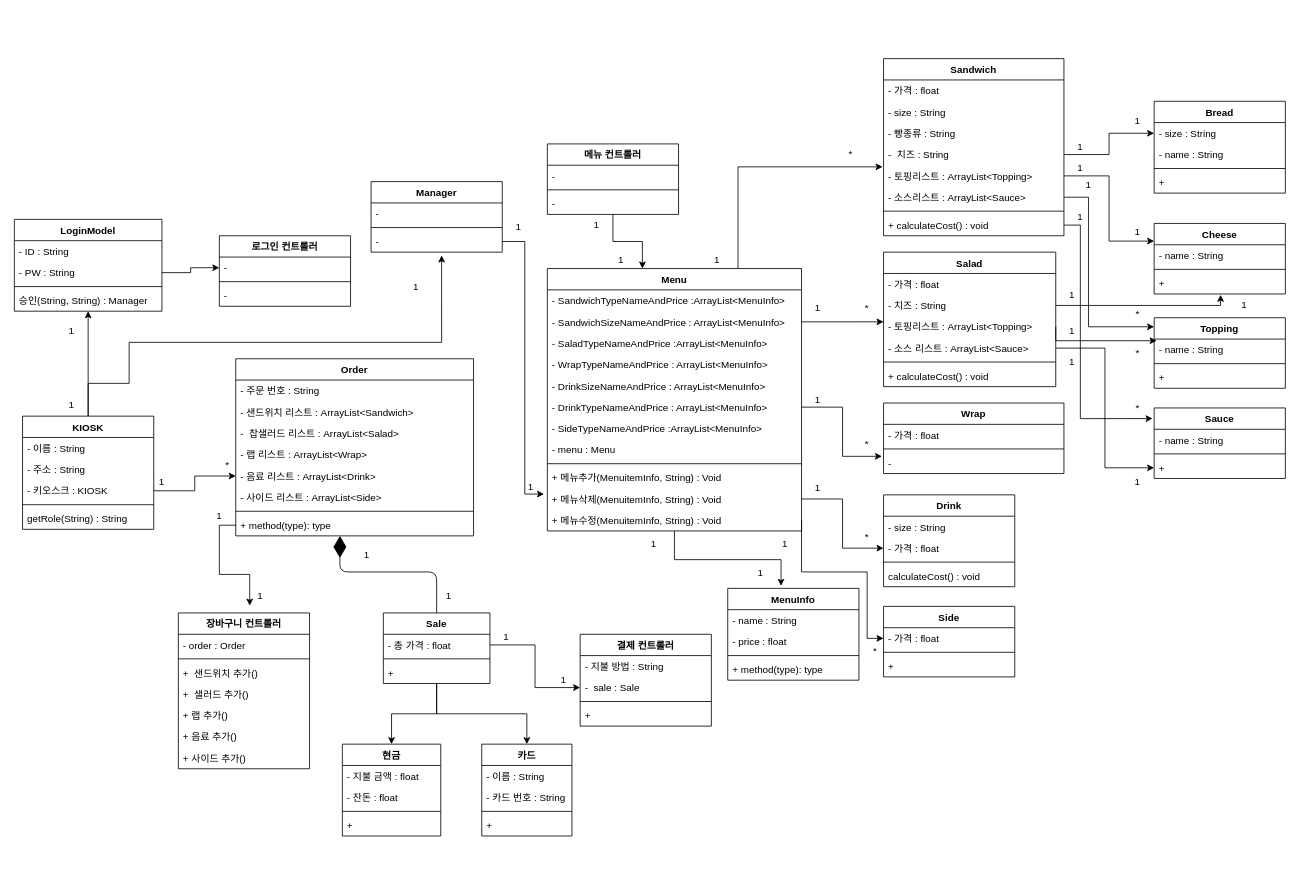
This is 상세명세서/Structural Model/Class Diagram.drawio from distroytest/KNUSD-20202-Team05, a draw.io file, before an edit. Source tidied: cells renumbered, new cells numbered last; positions are measured from the earlier drawing's top-left corner, leaving out a move shared by most shapes. Both pictures are drawn from the tidied source at 82%, with x=0, y=0 at pixel (14, 58).
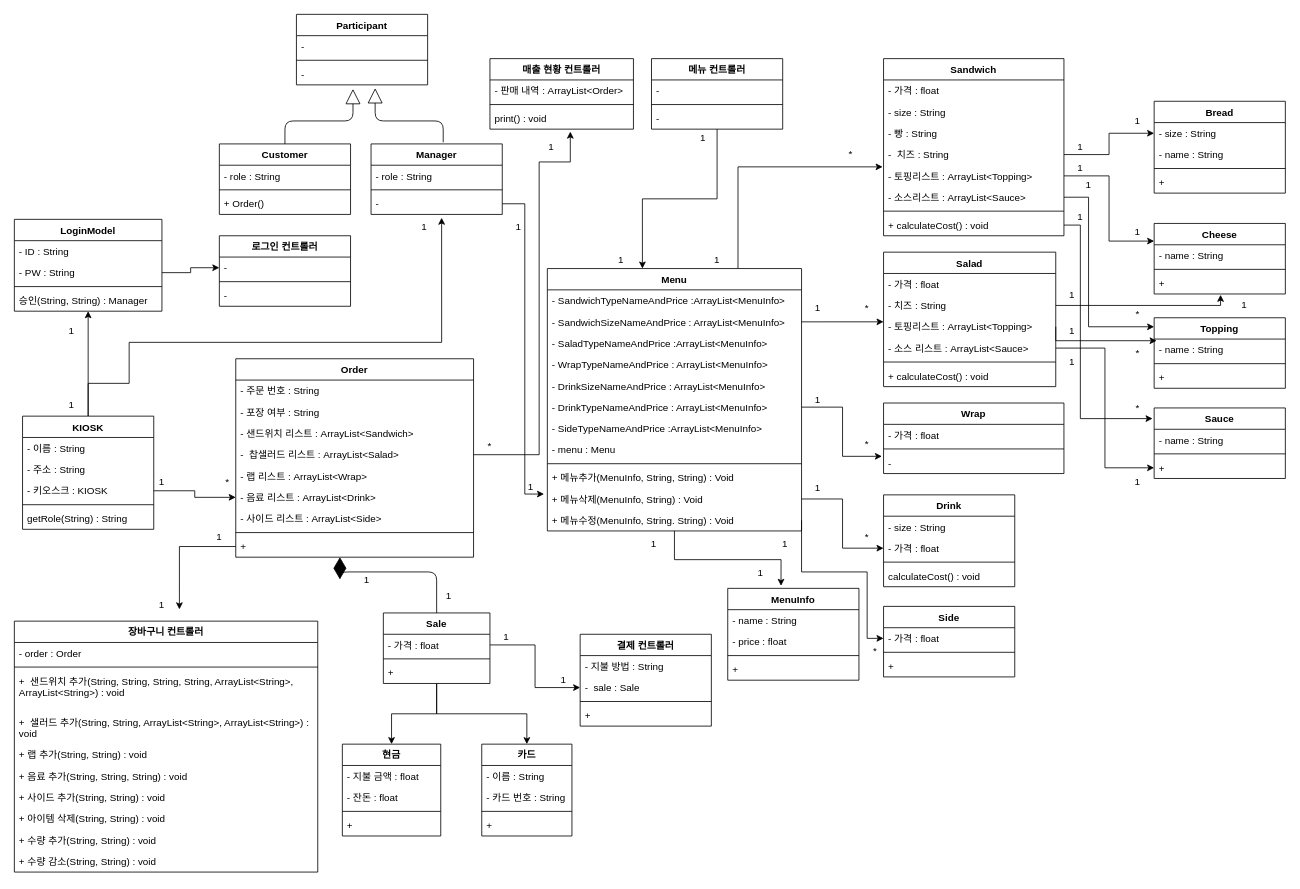
After the change.

Unchanged cells that the change refers to:
```xml
<mxCell id="33" value="Menu" style="swimlane;fontStyle=1;align=center;verticalAlign=top;horizontal=1;startSize=26;" parent="1" vertex="1">
  <mxGeometry x="650" y="256" width="310" height="320" as="geometry" />
</mxCell>
<mxCell id="48" value="Sale" style="swimlane;fontStyle=1;align=center;verticalAlign=top;horizontal=1;startSize=26;" parent="1" vertex="1">
  <mxGeometry x="450" y="676" width="130" height="86" as="geometry" />
</mxCell>
<mxCell id="95" value="Sandwich" style="swimlane;fontStyle=1;align=center;verticalAlign=top;horizontal=1;startSize=26;" parent="1" vertex="1">
  <mxGeometry x="1060" width="220" height="216" as="geometry" />
</mxCell>
<mxCell id="127" value="MenuInfo" style="swimlane;fontStyle=1;align=center;verticalAlign=top;horizontal=1;startSize=26;" parent="1" vertex="1">
  <mxGeometry x="870" y="646" width="160" height="112" as="geometry" />
</mxCell>
```

What changed in the source:
```diff
@@
     <mxCell id="10" value="Order" style="swimlane;fontStyle=1;align=center;verticalAlign=top;horizontal=1;startSize=26;" parent="1" vertex="1">
-      <mxGeometry x="270" y="366" width="290" height="216" as="geometry" />
+      <mxGeometry x="270" y="366" width="290" height="242" as="geometry" />
     </mxCell>
@@
+    <mxCell id="190" value="- 포장 여부 : String" style="text;strokeColor=none;fillColor=none;align=left;verticalAlign=top;spacingLeft=4;spacingRight=4;overflow=hidden;" parent="10" vertex="1">
+      <mxGeometry y="52" width="290" height="26" as="geometry" />
+    </mxCell>
     <mxCell id="12" value="- 샌드위치 리스트 : ArrayList&lt;Sandwich&gt;" style="text;strokeColor=none;fillColor=none;align=left;verticalAlign=top;spacingLeft=4;spacingRight=4;overflow=hidden;" parent="10" vertex="1">
-      <mxGeometry y="52" width="290" height="26" as="geometry" />
+      <mxGeometry y="78" width="290" height="26" as="geometry" />
     </mxCell>
     <mxCell id="13" value="-  찹샐러드 리스트 : ArrayList&lt;Salad&gt;" style="text;strokeColor=none;fillColor=none;align=left;verticalAlign=top;spacingLeft=4;spacingRight=4;overflow=hidden;points=[[0,0.5],[1,0.5]];portConstraint=eastwest;" parent="10" vertex="1">
-      <mxGeometry y="78" width="290" height="26" as="geometry" />
+      <mxGeometry y="104" width="290" height="26" as="geometry" />
     </mxCell>
     <mxCell id="14" value="- 랩 리스트 : ArrayList&lt;Wrap&gt;" style="text;strokeColor=none;fillColor=none;align=left;verticalAlign=top;spacingLeft=4;spacingRight=4;overflow=hidden;" parent="10" vertex="1">
-      <mxGeometry y="104" width="290" height="26" as="geometry" />
+      <mxGeometry y="130" width="290" height="26" as="geometry" />
     </mxCell>
     <mxCell id="15" value="- 음료 리스트 : ArrayList&lt;Drink&gt;" style="text;strokeColor=none;fillColor=none;align=left;verticalAlign=top;spacingLeft=4;spacingRight=4;overflow=hidden;points=[[0,0.5],[1,0.5]];portConstraint=eastwest;" parent="10" vertex="1">
-      <mxGeometry y="130" width="290" height="26" as="geometry" />
+      <mxGeometry y="156" width="290" height="26" as="geometry" />
     </mxCell>
     <mxCell id="16" value="- 사이드 리스트 : ArrayList&lt;Side&gt;" style="text;strokeColor=none;fillColor=none;align=left;verticalAlign=top;spacingLeft=4;spacingRight=4;overflow=hidden;" parent="10" vertex="1">
-      <mxGeometry y="156" width="290" height="26" as="geometry" />
+      <mxGeometry y="182" width="290" height="26" as="geometry" />
     </mxCell>
     <mxCell id="17" style="line;strokeWidth=1;fillColor=none;align=left;verticalAlign=middle;spacingTop=-1;spacingLeft=3;spacingRight=3;labelPosition=right;" parent="10" vertex="1">
-      <mxGeometry y="182" width="290" height="8" as="geometry" />
+      <mxGeometry y="208" width="290" height="8" as="geometry" />
     </mxCell>
-    <mxCell id="18" value="+ method(type): type" style="text;strokeColor=none;fillColor=none;align=left;verticalAlign=top;spacingLeft=4;spacingRight=4;overflow=hidden;points=[[0,0.5],[1,0.5]];portConstraint=eastwest;" parent="10" vertex="1">
-      <mxGeometry y="190" width="290" height="26" as="geometry" />
+    <mxCell id="18" value="+ " style="text;strokeColor=none;fillColor=none;align=left;verticalAlign=top;spacingLeft=4;spacingRight=4;overflow=hidden;points=[[0,0.5],[1,0.5]];portConstraint=eastwest;" parent="10" vertex="1">
+      <mxGeometry y="216" width="290" height="26" as="geometry" />
     </mxCell>
     <mxCell id="19" value="장바구니 컨트롤러" style="swimlane;fontStyle=1;align=center;verticalAlign=top;horizontal=1;startSize=26;" parent="1" vertex="1">
-      <mxGeometry x="200" y="676" width="160" height="190" as="geometry" />
+      <mxGeometry y="686" width="370" height="306" as="geometry" />
     </mxCell>
     <mxCell id="20" value="- order : Order" style="text;strokeColor=none;fillColor=none;align=left;verticalAlign=top;spacingLeft=4;spacingRight=4;overflow=hidden;" parent="19" vertex="1">
-      <mxGeometry y="26" width="160" height="26" as="geometry" />
+      <mxGeometry y="26" width="370" height="26" as="geometry" />
     </mxCell>
     <mxCell id="21" style="line;strokeWidth=1;fillColor=none;align=left;verticalAlign=middle;spacingTop=-1;spacingLeft=3;spacingRight=3;labelPosition=right;" parent="19" vertex="1">
-      <mxGeometry y="52" width="160" height="8" as="geometry" />
+      <mxGeometry y="52" width="370" height="8" as="geometry" />
     </mxCell>
-    <mxCell id="22" value="+  샌드위치 추가()" style="text;strokeColor=none;fillColor=none;align=left;verticalAlign=top;spacingLeft=4;spacingRight=4;overflow=hidden;" parent="19" vertex="1">
-      <mxGeometry y="60" width="160" height="26" as="geometry" />
+    <mxCell id="22" value="+  샌드위치 추가(String, String, String, String, ArrayList&lt;String&gt;,&#10;ArrayList&lt;String&gt;) : void" style="text;strokeColor=none;fillColor=none;align=left;verticalAlign=top;spacingLeft=4;spacingRight=4;overflow=hidden;" parent="19" vertex="1">
+      <mxGeometry y="60" width="370" height="50" as="geometry" />
     </mxCell>
-    <mxCell id="23" value="+  샐러드 추가()" style="text;strokeColor=none;fillColor=none;align=left;verticalAlign=top;spacingLeft=4;spacingRight=4;overflow=hidden;" parent="19" vertex="1">
-      <mxGeometry y="86" width="160" height="26" as="geometry" />
+    <mxCell id="23" value="+  샐러드 추가(String, String, ArrayList&lt;String&gt;, ArrayList&lt;String&gt;) :&#10;void" style="text;strokeColor=none;fillColor=none;align=left;verticalAlign=top;spacingLeft=4;spacingRight=4;overflow=hidden;" parent="19" vertex="1">
+      <mxGeometry y="110" width="370" height="40" as="geometry" />
     </mxCell>
-    <mxCell id="24" value="+ 랩 추가()" style="text;strokeColor=none;fillColor=none;align=left;verticalAlign=top;spacingLeft=4;spacingRight=4;overflow=hidden;" parent="19" vertex="1">
-      <mxGeometry y="112" width="160" height="26" as="geometry" />
+    <mxCell id="24" value="+ 랩 추가(String, String) : void" style="text;strokeColor=none;fillColor=none;align=left;verticalAlign=top;spacingLeft=4;spacingRight=4;overflow=hidden;" parent="19" vertex="1">
+      <mxGeometry y="150" width="370" height="26" as="geometry" />
     </mxCell>
-    <mxCell id="25" value="+ 음료 추가()" style="text;strokeColor=none;fillColor=none;align=left;verticalAlign=top;spacingLeft=4;spacingRight=4;overflow=hidden;" parent="19" vertex="1">
-      <mxGeometry y="138" width="160" height="26" as="geometry" />
+    <mxCell id="25" value="+ 음료 추가(String, String, String) : void" style="text;strokeColor=none;fillColor=none;align=left;verticalAlign=top;spacingLeft=4;spacingRight=4;overflow=hidden;" parent="19" vertex="1">
+      <mxGeometry y="176" width="370" height="26" as="geometry" />
     </mxCell>
-    <mxCell id="26" value="+ 사이드 추가()" style="text;strokeColor=none;fillColor=none;align=left;verticalAlign=top;spacingLeft=4;spacingRight=4;overflow=hidden;" parent="19" vertex="1">
-      <mxGeometry y="164" width="160" height="26" as="geometry" />
+    <mxCell id="26" value="+ 사이드 추가(String, String) : void" style="text;strokeColor=none;fillColor=none;align=left;verticalAlign=top;spacingLeft=4;spacingRight=4;overflow=hidden;" parent="19" vertex="1">
+      <mxGeometry y="202" width="370" height="26" as="geometry" />
     </mxCell>
+    <mxCell id="191" value="+ 아이템 삭제(String, String) : void" style="text;strokeColor=none;fillColor=none;align=left;verticalAlign=top;spacingLeft=4;spacingRight=4;overflow=hidden;" parent="19" vertex="1">
+      <mxGeometry y="228" width="370" height="26" as="geometry" />
+    </mxCell>
+    <mxCell id="192" value="+ 수량 추가(String, String) : void" style="text;strokeColor=none;fillColor=none;align=left;verticalAlign=top;spacingLeft=4;spacingRight=4;overflow=hidden;" parent="19" vertex="1">
+      <mxGeometry y="254" width="370" height="26" as="geometry" />
+    </mxCell>
+    <mxCell id="193" value="+ 수량 감소(String, String) : void" style="text;strokeColor=none;fillColor=none;align=left;verticalAlign=top;spacingLeft=4;spacingRight=4;overflow=hidden;" parent="19" vertex="1">
+      <mxGeometry y="280" width="370" height="26" as="geometry" />
+    </mxCell>
@@
     <mxCell id="29" value="*" style="text;html=1;strokeColor=none;fillColor=none;align=center;verticalAlign=middle;whiteSpace=wrap;rounded=0;" parent="1" vertex="1">
-      <mxGeometry x="240" y="486" width="40" height="20" as="geometry" />
+      <mxGeometry x="240" y="506" width="40" height="20" as="geometry" />
     </mxCell>
@@
-    <mxCell id="43" value="+ 메뉴추가(MenuitemInfo, String) : Void" style="text;strokeColor=none;fillColor=none;align=left;verticalAlign=top;spacingLeft=4;spacingRight=4;overflow=hidden;" parent="33" vertex="1">
+    <mxCell id="43" value="+ 메뉴추가(MenuInfo, String, String) : Void" style="text;strokeColor=none;fillColor=none;align=left;verticalAlign=top;spacingLeft=4;spacingRight=4;overflow=hidden;" parent="33" vertex="1">
       <mxGeometry y="242" width="310" height="26" as="geometry" />
     </mxCell>
-    <mxCell id="44" value="+ 메뉴삭제(MenuitemInfo, String) : Void" style="text;strokeColor=none;fillColor=none;align=left;verticalAlign=top;spacingLeft=4;spacingRight=4;overflow=hidden;points=[[0,0.5],[1,0.5]];portConstraint=eastwest;" parent="33" vertex="1">
+    <mxCell id="44" value="+ 메뉴삭제(MenuInfo, String) : Void" style="text;strokeColor=none;fillColor=none;align=left;verticalAlign=top;spacingLeft=4;spacingRight=4;overflow=hidden;points=[[0,0.5],[1,0.5]];portConstraint=eastwest;" parent="33" vertex="1">
       <mxGeometry y="268" width="310" height="26" as="geometry" />
     </mxCell>
-    <mxCell id="45" value="+ 메뉴수정(MenuitemInfo, String) : Void" style="text;strokeColor=none;fillColor=none;align=left;verticalAlign=top;spacingLeft=4;spacingRight=4;overflow=hidden;points=[[0,0.5],[1,0.5]];portConstraint=eastwest;" parent="33" vertex="1">
+    <mxCell id="45" value="+ 메뉴수정(MenuInfo, String. String) : Void" style="text;strokeColor=none;fillColor=none;align=left;verticalAlign=top;spacingLeft=4;spacingRight=4;overflow=hidden;points=[[0,0.5],[1,0.5]];portConstraint=eastwest;" parent="33" vertex="1">
       <mxGeometry y="294" width="310" height="26" as="geometry" />
     </mxCell>
@@
-    <mxCell id="49" value="- 총 가격 : float" style="text;strokeColor=none;fillColor=none;align=left;verticalAlign=top;spacingLeft=4;spacingRight=4;overflow=hidden;points=[[0,0.5],[1,0.5]];portConstraint=eastwest;" parent="48" vertex="1">
+    <mxCell id="49" value="- 가격 : float" style="text;strokeColor=none;fillColor=none;align=left;verticalAlign=top;spacingLeft=4;spacingRight=4;overflow=hidden;points=[[0,0.5],[1,0.5]];portConstraint=eastwest;" parent="48" vertex="1">
       <mxGeometry y="26" width="130" height="26" as="geometry" />
     </mxCell>
@@
     <mxCell id="63" value="1" style="text;html=1;strokeColor=none;fillColor=none;align=center;verticalAlign=middle;whiteSpace=wrap;rounded=0;" parent="1" vertex="1">
-      <mxGeometry x="410" y="596" width="40" height="20" as="geometry" />
+      <mxGeometry x="410" y="626" width="40" height="20" as="geometry" />
     </mxCell>
@@
     <mxCell id="65" value="1" style="text;html=1;strokeColor=none;fillColor=none;align=center;verticalAlign=middle;whiteSpace=wrap;rounded=0;" parent="1" vertex="1">
-      <mxGeometry x="230" y="548" width="40" height="20" as="geometry" />
+      <mxGeometry x="230" y="574" width="40" height="20" as="geometry" />
     </mxCell>
     <mxCell id="66" value="1" style="text;html=1;strokeColor=none;fillColor=none;align=center;verticalAlign=middle;whiteSpace=wrap;rounded=0;" parent="1" vertex="1">
-      <mxGeometry x="280" y="646" width="40" height="20" as="geometry" />
+      <mxGeometry x="160" y="656" width="40" height="20" as="geometry" />
     </mxCell>
@@
     <mxCell id="87" value="Manager" style="swimlane;fontStyle=1;align=center;verticalAlign=top;horizontal=1;startSize=26;" parent="1" vertex="1">
-      <mxGeometry x="435" y="150" width="160" height="86" as="geometry" />
+      <mxGeometry x="435" y="104" width="160" height="86" as="geometry" />
     </mxCell>
-    <mxCell id="88" value="-" style="text;strokeColor=none;fillColor=none;align=left;verticalAlign=top;spacingLeft=4;spacingRight=4;overflow=hidden;" parent="87" vertex="1">
+    <mxCell id="88" value="- role : String" style="text;strokeColor=none;fillColor=none;align=left;verticalAlign=top;spacingLeft=4;spacingRight=4;overflow=hidden;" parent="87" vertex="1">
       <mxGeometry y="26" width="160" height="26" as="geometry" />
     </mxCell>
@@
     <mxCell id="91" value="1" style="text;html=1;strokeColor=none;fillColor=none;align=center;verticalAlign=middle;whiteSpace=wrap;rounded=0;" parent="1" vertex="1">
-      <mxGeometry x="470" y="269" width="40" height="20" as="geometry" />
+      <mxGeometry x="480" y="196" width="40" height="20" as="geometry" />
     </mxCell>
@@
-    <mxCell id="98" value="- 빵종류 : String" style="text;strokeColor=none;fillColor=none;align=left;verticalAlign=top;spacingLeft=4;spacingRight=4;overflow=hidden;" parent="95" vertex="1">
+    <mxCell id="98" value="- 빵 : String" style="text;strokeColor=none;fillColor=none;align=left;verticalAlign=top;spacingLeft=4;spacingRight=4;overflow=hidden;" parent="95" vertex="1">
       <mxGeometry y="78" width="220" height="26" as="geometry" />
     </mxCell>
@@
     <mxCell id="118" value="메뉴 컨트롤러" style="swimlane;fontStyle=1;align=center;verticalAlign=top;horizontal=1;startSize=26;" parent="1" vertex="1">
-      <mxGeometry x="650" y="104" width="160" height="86" as="geometry" />
+      <mxGeometry x="777" width="160" height="86" as="geometry" />
     </mxCell>
@@
     <mxCell id="122" value="1" style="text;html=1;strokeColor=none;fillColor=none;align=center;verticalAlign=middle;whiteSpace=wrap;rounded=0;" parent="1" vertex="1">
-      <mxGeometry x="690" y="193" width="40" height="20" as="geometry" />
+      <mxGeometry x="820" y="87" width="40" height="20" as="geometry" />
     </mxCell>
@@
-    <mxCell id="131" value="+ method(type): type" style="text;strokeColor=none;fillColor=none;align=left;verticalAlign=top;spacingLeft=4;spacingRight=4;overflow=hidden;" parent="127" vertex="1">
+    <mxCell id="131" value="+" style="text;strokeColor=none;fillColor=none;align=left;verticalAlign=top;spacingLeft=4;spacingRight=4;overflow=hidden;" parent="127" vertex="1">
       <mxGeometry y="86" width="160" height="26" as="geometry" />
     </mxCell>
@@
+    <mxCell id="194" value="Customer" style="swimlane;fontStyle=1;align=center;verticalAlign=top;horizontal=1;startSize=26;" parent="1" vertex="1">
+      <mxGeometry x="250" y="104" width="160" height="86" as="geometry" />
+    </mxCell>
+    <mxCell id="195" value="- role : String" style="text;strokeColor=none;fillColor=none;align=left;verticalAlign=top;spacingLeft=4;spacingRight=4;overflow=hidden;" parent="194" vertex="1">
+      <mxGeometry y="26" width="160" height="26" as="geometry" />
+    </mxCell>
+    <mxCell id="196" style="line;strokeWidth=1;fillColor=none;align=left;verticalAlign=middle;spacingTop=-1;spacingLeft=3;spacingRight=3;labelPosition=right;" parent="194" vertex="1">
+      <mxGeometry y="52" width="160" height="8" as="geometry" />
+    </mxCell>
+    <mxCell id="197" value="+ Order()" style="text;strokeColor=none;fillColor=none;align=left;verticalAlign=top;spacingLeft=4;spacingRight=4;overflow=hidden;" parent="194" vertex="1">
+      <mxGeometry y="60" width="160" height="26" as="geometry" />
+    </mxCell>
+    <mxCell id="198" value="Participant" style="swimlane;fontStyle=1;align=center;verticalAlign=top;horizontal=1;startSize=26;" parent="1" vertex="1">
+      <mxGeometry x="344" y="-54" width="160" height="86" as="geometry" />
+    </mxCell>
+    <mxCell id="199" value="-" style="text;strokeColor=none;fillColor=none;align=left;verticalAlign=top;spacingLeft=4;spacingRight=4;overflow=hidden;" parent="198" vertex="1">
+      <mxGeometry y="26" width="160" height="26" as="geometry" />
+    </mxCell>
+    <mxCell id="200" style="line;strokeWidth=1;fillColor=none;align=left;verticalAlign=middle;spacingTop=-1;spacingLeft=3;spacingRight=3;labelPosition=right;" parent="198" vertex="1">
+      <mxGeometry y="52" width="160" height="8" as="geometry" />
+    </mxCell>
+    <mxCell id="201" value="-" style="text;strokeColor=none;fillColor=none;align=left;verticalAlign=top;spacingLeft=4;spacingRight=4;overflow=hidden;points=[[0,0.5],[1,0.5]];portConstraint=eastwest;" parent="198" vertex="1">
+      <mxGeometry y="60" width="160" height="26" as="geometry" />
+    </mxCell>
+    <mxCell id="202" style="endArrow=block;endSize=16;endFill=0;html=1;exitX=0.5;exitY=0;exitDx=0;exitDy=0;entryX=0.431;entryY=1.192;entryDx=0;entryDy=0;entryPerimeter=0;" parent="1" edge="1" source="194" target="201">
+      <mxGeometry x="-1" y="174" relative="1" as="geometry">
+        <Array as="points">
+          <mxPoint x="330" y="76" />
+          <mxPoint x="413" y="76" />
+        </Array>
+        <mxPoint x="-61" y="97" as="offset" />
+      </mxGeometry>
+    </mxCell>
+    <mxCell id="203" style="endArrow=block;endSize=16;endFill=0;html=1;exitX=0.55;exitY=-0.023;exitDx=0;exitDy=0;exitPerimeter=0;entryX=0.6;entryY=1.154;entryDx=0;entryDy=0;entryPerimeter=0;" parent="1" edge="1" source="87" target="201">
+      <mxGeometry x="-1" y="-81" relative="1" as="geometry">
+        <Array as="points">
+          <mxPoint x="523" y="76" />
+          <mxPoint x="440" y="76" />
+        </Array>
+        <mxPoint x="23" y="11" as="offset" />
+      </mxGeometry>
+    </mxCell>
+    <mxCell id="204" value="매출 현황 컨트롤러" style="swimlane;fontStyle=1;align=center;verticalAlign=top;horizontal=1;startSize=26;" parent="1" vertex="1">
+      <mxGeometry x="580" width="175" height="86" as="geometry" />
+    </mxCell>
+    <mxCell id="205" value="- 판매 내역 : ArrayList&lt;Order&gt;" style="text;strokeColor=none;fillColor=none;align=left;verticalAlign=top;spacingLeft=4;spacingRight=4;overflow=hidden;" parent="204" vertex="1">
+      <mxGeometry y="26" width="175" height="26" as="geometry" />
+    </mxCell>
+    <mxCell id="206" style="line;strokeWidth=1;fillColor=none;align=left;verticalAlign=middle;spacingTop=-1;spacingLeft=3;spacingRight=3;labelPosition=right;" parent="204" vertex="1">
+      <mxGeometry y="52" width="175" height="8" as="geometry" />
+    </mxCell>
+    <mxCell id="207" value="print() : void" style="text;strokeColor=none;fillColor=none;align=left;verticalAlign=top;spacingLeft=4;spacingRight=4;overflow=hidden;points=[[0,0.5],[1,0.5]];portConstraint=eastwest;" parent="204" vertex="1">
+      <mxGeometry y="60" width="175" height="26" as="geometry" />
+    </mxCell>
+    <mxCell id="208" value="*" style="text;html=1;strokeColor=none;fillColor=none;align=center;verticalAlign=middle;whiteSpace=wrap;rounded=0;" parent="1" vertex="1">
+      <mxGeometry x="560" y="462" width="40" height="20" as="geometry" />
+    </mxCell>
+    <mxCell id="209" value="1" style="text;html=1;strokeColor=none;fillColor=none;align=center;verticalAlign=middle;whiteSpace=wrap;rounded=0;" parent="1" vertex="1">
+      <mxGeometry x="635" y="98" width="40" height="20" as="geometry" />
+    </mxCell>
+    <mxCell id="210" style="edgeStyle=orthogonalEdgeStyle;rounded=0;jettySize=auto;html=1;exitX=1;exitY=0.5;exitDx=0;exitDy=0;entryX=0.56;entryY=1.115;entryDx=0;entryDy=0;entryPerimeter=0;" parent="1" edge="1" source="13" target="207">
+      <mxGeometry relative="1" as="geometry">
+        <Array as="points">
+          <mxPoint x="640" y="483" />
+          <mxPoint x="640" y="126" />
+          <mxPoint x="678" y="126" />
+        </Array>
+      </mxGeometry>
+    </mxCell>
```
